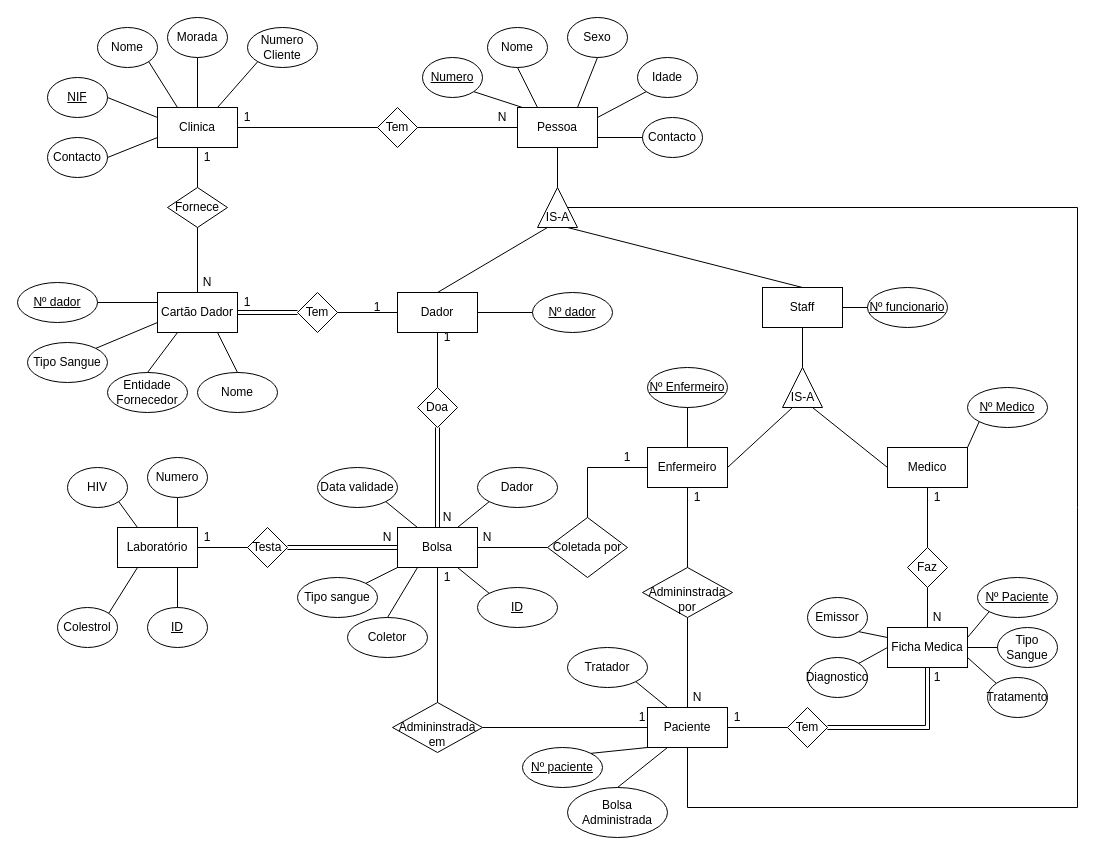
The draw.io diagram PROJ_BD_FINAL.drawio in luisbfsousa/SanguePlus, before the edit. Source tidied: cells renumbered, new cells numbered last; positions are measured from the earlier drawing's top-left corner, leaving out a move shared by most shapes. Both pictures are drawn from the tidied source at 100%, with x=0, y=0 at pixel (17, 17).
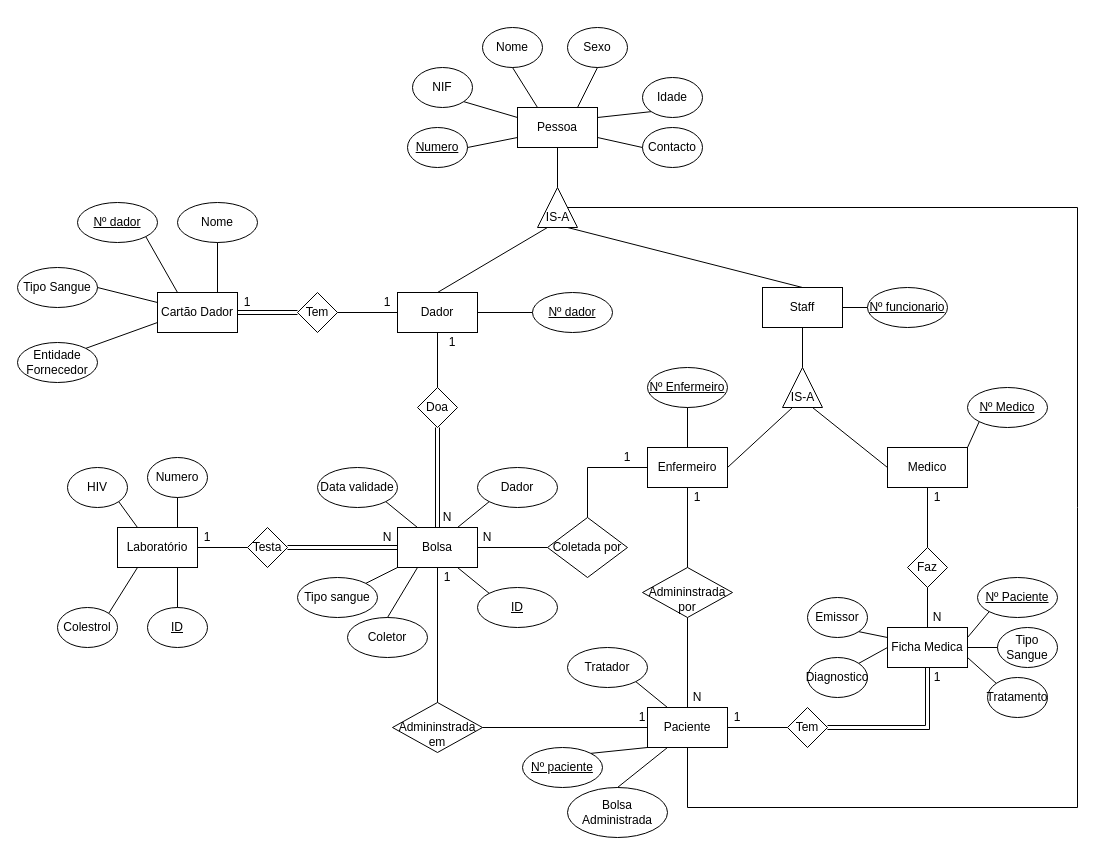
The same diagram, later.

Unchanged cells that the change refers to:
```xml
<mxCell id="2" value="Cartão Dador" style="rounded=0;whiteSpace=wrap;html=1;" parent="1" vertex="1">
  <mxGeometry x="140" y="275" width="80" height="40" as="geometry" />
</mxCell>
<mxCell id="4" value="Pessoa" style="rounded=0;whiteSpace=wrap;html=1;" parent="1" vertex="1">
  <mxGeometry x="500" y="90" width="80" height="40" as="geometry" />
</mxCell>
```

What changed in the source:
```diff
@@
-    <mxCell id="3" value="Clinica" style="rounded=0;whiteSpace=wrap;html=1;" parent="1" vertex="1">
-      <mxGeometry x="140" y="90" width="80" height="40" as="geometry" />
-    </mxCell>
@@
-    <mxCell id="13" value="Tem" style="rhombus;whiteSpace=wrap;html=1;" parent="1" vertex="1">
-      <mxGeometry x="360" y="90" width="40" height="40" as="geometry" />
-    </mxCell>
-    <mxCell id="14" value="Fornece" style="rhombus;whiteSpace=wrap;html=1;" parent="1" vertex="1">
-      <mxGeometry x="150" y="170" width="60" height="40" as="geometry" />
-    </mxCell>
@@
-    <mxCell id="26" style="edgeStyle=none;rounded=0;jettySize=auto;html=1;entryX=0.5;entryY=0;entryDx=0;entryDy=0;endArrow=none;endFill=0;exitX=0.5;exitY=1;exitDx=0;exitDy=0;" parent="1" edge="1" source="3" target="14">
-      <mxGeometry relative="1" as="geometry" />
-    </mxCell>
-    <mxCell id="27" style="edgeStyle=none;rounded=0;jettySize=auto;html=1;entryX=0.5;entryY=0;entryDx=0;entryDy=0;endArrow=none;endFill=0;exitX=0.5;exitY=1;exitDx=0;exitDy=0;" parent="1" edge="1" source="14" target="2">
-      <mxGeometry relative="1" as="geometry" />
-    </mxCell>
-    <mxCell id="28" style="edgeStyle=none;rounded=0;jettySize=auto;html=1;entryX=0;entryY=0.5;entryDx=0;entryDy=0;endArrow=none;endFill=0;exitX=1;exitY=0.5;exitDx=0;exitDy=0;" parent="1" edge="1" source="3" target="13">
-      <mxGeometry relative="1" as="geometry" />
-    </mxCell>
-    <mxCell id="29" style="edgeStyle=none;rounded=0;jettySize=auto;html=1;entryX=0;entryY=0.5;entryDx=0;entryDy=0;endArrow=none;endFill=0;exitX=1;exitY=0.5;exitDx=0;exitDy=0;" parent="1" edge="1" source="13" target="4">
-      <mxGeometry relative="1" as="geometry" />
-    </mxCell>
@@
-    <mxCell id="53" value="1" style="text;html=1;align=center;verticalAlign=middle;whiteSpace=wrap;rounded=0;" parent="1" vertex="1">
-      <mxGeometry x="210" y="90" width="40" height="20" as="geometry" />
-    </mxCell>
-    <mxCell id="54" value="N" style="text;html=1;align=center;verticalAlign=middle;whiteSpace=wrap;rounded=0;" parent="1" vertex="1">
-      <mxGeometry x="465" y="90" width="40" height="20" as="geometry" />
-    </mxCell>
-    <mxCell id="55" value="1" style="text;html=1;align=center;verticalAlign=middle;whiteSpace=wrap;rounded=0;" parent="1" vertex="1">
-      <mxGeometry x="170" y="130" width="40" height="20" as="geometry" />
-    </mxCell>
-    <mxCell id="56" value="N" style="text;html=1;align=center;verticalAlign=middle;whiteSpace=wrap;rounded=0;" parent="1" vertex="1">
-      <mxGeometry x="170" y="255" width="40" height="20" as="geometry" />
-    </mxCell>
@@
     <mxCell id="59" value="1" style="text;html=1;align=center;verticalAlign=middle;whiteSpace=wrap;rounded=0;" parent="1" vertex="1">
-      <mxGeometry x="340" y="280" width="40" height="20" as="geometry" />
+      <mxGeometry x="350" y="275" width="40" height="20" as="geometry" />
     </mxCell>
     <mxCell id="60" value="1" style="text;html=1;align=center;verticalAlign=middle;whiteSpace=wrap;rounded=0;" parent="1" vertex="1">
-      <mxGeometry x="410" y="310" width="40" height="20" as="geometry" />
+      <mxGeometry x="415" y="315" width="40" height="20" as="geometry" />
     </mxCell>
@@
     <mxCell id="73" value="Nome" style="ellipse;whiteSpace=wrap;html=1;" parent="1" vertex="1">
-      <mxGeometry x="470" y="10" width="60" height="40" as="geometry" />
+      <mxGeometry x="465" y="10" width="60" height="40" as="geometry" />
     </mxCell>
     <mxCell id="74" value="Sexo" style="ellipse;whiteSpace=wrap;html=1;" parent="1" vertex="1">
-      <mxGeometry x="550" width="60" height="40" as="geometry" />
+      <mxGeometry x="550" y="10" width="60" height="40" as="geometry" />
     </mxCell>
     <mxCell id="75" value="Idade" style="ellipse;whiteSpace=wrap;html=1;" parent="1" vertex="1">
-      <mxGeometry x="620" y="40" width="60" height="40" as="geometry" />
+      <mxGeometry x="625" y="60" width="60" height="40" as="geometry" />
     </mxCell>
     <mxCell id="76" value="Contacto" style="ellipse;whiteSpace=wrap;html=1;" parent="1" vertex="1">
-      <mxGeometry x="625" y="100" width="60" height="40" as="geometry" />
+      <mxGeometry x="625" y="110" width="60" height="40" as="geometry" />
     </mxCell>
-    <mxCell id="77" value="Morada" style="ellipse;whiteSpace=wrap;html=1;" parent="1" vertex="1">
-      <mxGeometry x="150" width="60" height="40" as="geometry" />
-    </mxCell>
-    <mxCell id="78" value="Nome" style="ellipse;whiteSpace=wrap;html=1;" parent="1" vertex="1">
-      <mxGeometry x="80" y="10" width="60" height="40" as="geometry" />
-    </mxCell>
-    <mxCell id="79" value="&lt;u&gt;NIF&lt;/u&gt;" style="ellipse;whiteSpace=wrap;html=1;" parent="1" vertex="1">
-      <mxGeometry x="30" y="60" width="60" height="40" as="geometry" />
-    </mxCell>
-    <mxCell id="80" value="Contacto" style="ellipse;whiteSpace=wrap;html=1;" parent="1" vertex="1">
-      <mxGeometry x="30" y="120" width="60" height="40" as="geometry" />
-    </mxCell>
@@
     <mxCell id="95" value="&lt;u&gt;Nº dador&lt;/u&gt;" style="ellipse;whiteSpace=wrap;html=1;" parent="1" vertex="1">
-      <mxGeometry y="265" width="80" height="40" as="geometry" />
+      <mxGeometry x="60" y="185" width="80" height="40" as="geometry" />
     </mxCell>
     <mxCell id="96" value="Tipo Sangue" style="ellipse;whiteSpace=wrap;html=1;" parent="1" vertex="1">
-      <mxGeometry x="10" y="325" width="80" height="40" as="geometry" />
+      <mxGeometry y="250" width="80" height="40" as="geometry" />
     </mxCell>
     <mxCell id="97" value="Entidade&lt;div&gt;Fornecedor&lt;/div&gt;" style="ellipse;whiteSpace=wrap;html=1;" parent="1" vertex="1">
-      <mxGeometry x="90" y="355" width="80" height="40" as="geometry" />
+      <mxGeometry y="325" width="80" height="40" as="geometry" />
     </mxCell>
     <mxCell id="98" value="Nome" style="ellipse;whiteSpace=wrap;html=1;" parent="1" vertex="1">
-      <mxGeometry x="180" y="355" width="80" height="40" as="geometry" />
+      <mxGeometry x="160" y="185" width="80" height="40" as="geometry" />
     </mxCell>
-    <mxCell id="99" style="edgeStyle=none;rounded=0;jettySize=auto;html=1;entryX=0;entryY=0.25;entryDx=0;entryDy=0;endArrow=none;endFill=0;exitX=1;exitY=0.5;exitDx=0;exitDy=0;" parent="1" edge="1" source="95" target="2">
+    <mxCell id="99" style="edgeStyle=none;rounded=0;jettySize=auto;html=1;entryX=0.25;entryY=0;entryDx=0;entryDy=0;endArrow=none;endFill=0;exitX=1;exitY=1;exitDx=0;exitDy=0;" parent="1" edge="1" source="95" target="2">
       <mxGeometry relative="1" as="geometry" />
     </mxCell>
-    <mxCell id="100" style="edgeStyle=none;rounded=0;jettySize=auto;html=1;entryX=0;entryY=0.75;entryDx=0;entryDy=0;endArrow=none;endFill=0;exitX=1;exitY=0;exitDx=0;exitDy=0;" parent="1" edge="1" source="96" target="2">
+    <mxCell id="100" style="edgeStyle=none;rounded=0;jettySize=auto;html=1;entryX=0;entryY=0.25;entryDx=0;entryDy=0;endArrow=none;endFill=0;exitX=1;exitY=0.5;exitDx=0;exitDy=0;" parent="1" edge="1" source="96" target="2">
       <mxGeometry relative="1" as="geometry" />
     </mxCell>
-    <mxCell id="101" style="edgeStyle=none;rounded=0;jettySize=auto;html=1;entryX=0.25;entryY=1;entryDx=0;entryDy=0;endArrow=none;endFill=0;exitX=0.5;exitY=0;exitDx=0;exitDy=0;" parent="1" edge="1" source="97" target="2">
+    <mxCell id="101" style="edgeStyle=none;rounded=0;jettySize=auto;html=1;entryX=0;entryY=0.75;entryDx=0;entryDy=0;endArrow=none;endFill=0;exitX=1;exitY=0;exitDx=0;exitDy=0;" parent="1" edge="1" source="97" target="2">
       <mxGeometry relative="1" as="geometry" />
     </mxCell>
-    <mxCell id="102" style="edgeStyle=none;rounded=0;jettySize=auto;html=1;entryX=0.75;entryY=1;entryDx=0;entryDy=0;endArrow=none;endFill=0;exitX=0.5;exitY=0;exitDx=0;exitDy=0;" parent="1" edge="1" source="98" target="2">
+    <mxCell id="102" style="edgeStyle=none;rounded=0;jettySize=auto;html=1;entryX=0.75;entryY=0;entryDx=0;entryDy=0;endArrow=none;endFill=0;exitX=0.5;exitY=1;exitDx=0;exitDy=0;" parent="1" edge="1" source="98" target="2">
       <mxGeometry relative="1" as="geometry" />
     </mxCell>
@@
-    <mxCell id="118" style="edgeStyle=none;rounded=0;jettySize=auto;html=1;endArrow=none;endFill=0;entryX=0.75;entryY=0;entryDx=0;entryDy=0;" parent="1" edge="1" target="4">
-      <mxGeometry relative="1" as="geometry">
-        <mxPoint x="580" y="40" as="sourcePoint" />
-      </mxGeometry>
+    <mxCell id="118" style="edgeStyle=none;rounded=0;jettySize=auto;html=1;endArrow=none;endFill=0;entryX=0.75;entryY=0;entryDx=0;entryDy=0;exitX=0.5;exitY=1;exitDx=0;exitDy=0;" parent="1" edge="1" source="74" target="4">
+      <mxGeometry relative="1" as="geometry" />
     </mxCell>
@@
-    <mxCell id="121" style="edgeStyle=none;rounded=0;jettySize=auto;html=1;entryX=0.5;entryY=0;entryDx=0;entryDy=0;endArrow=none;endFill=0;exitX=0.5;exitY=1;exitDx=0;exitDy=0;" parent="1" edge="1" source="77" target="3">
-      <mxGeometry relative="1" as="geometry" />
-    </mxCell>
-    <mxCell id="122" style="edgeStyle=none;rounded=0;jettySize=auto;html=1;entryX=0.25;entryY=0;entryDx=0;entryDy=0;endArrow=none;endFill=0;exitX=1;exitY=1;exitDx=0;exitDy=0;" parent="1" edge="1" source="78" target="3">
-      <mxGeometry relative="1" as="geometry" />
-    </mxCell>
-    <mxCell id="123" style="edgeStyle=none;rounded=0;jettySize=auto;html=1;entryX=0;entryY=0.25;entryDx=0;entryDy=0;endArrow=none;endFill=0;exitX=1;exitY=0.5;exitDx=0;exitDy=0;" parent="1" edge="1" source="79" target="3">
-      <mxGeometry relative="1" as="geometry" />
-    </mxCell>
-    <mxCell id="124" style="edgeStyle=none;rounded=0;jettySize=auto;html=1;entryX=0;entryY=0.75;entryDx=0;entryDy=0;endArrow=none;endFill=0;exitX=1;exitY=0.5;exitDx=0;exitDy=0;" parent="1" edge="1" source="80" target="3">
-      <mxGeometry relative="1" as="geometry" />
-    </mxCell>
@@
-    <mxCell id="131" value="Numero&lt;div&gt;Cliente&lt;/div&gt;" style="ellipse;whiteSpace=wrap;html=1;" parent="1" vertex="1">
-      <mxGeometry x="230" y="10" width="70" height="40" as="geometry" />
-    </mxCell>
-    <mxCell id="132" style="edgeStyle=none;rounded=0;jettySize=auto;html=1;entryX=0.75;entryY=0;entryDx=0;entryDy=0;endArrow=none;endFill=0;exitX=0;exitY=1;exitDx=0;exitDy=0;" parent="1" edge="1" source="131" target="3">
-      <mxGeometry relative="1" as="geometry" />
-    </mxCell>
@@
     <mxCell id="139" value="&lt;u&gt;Numero&lt;/u&gt;" style="ellipse;whiteSpace=wrap;html=1;" parent="1" vertex="1">
-      <mxGeometry x="405" y="40" width="60" height="40" as="geometry" />
+      <mxGeometry x="390" y="110" width="60" height="40" as="geometry" />
     </mxCell>
-    <mxCell id="140" style="edgeStyle=none;rounded=0;jettySize=auto;html=1;endArrow=none;endFill=0;exitX=1;exitY=1;exitDx=0;exitDy=0;entryX=1;entryY=0;entryDx=0;entryDy=0;" parent="1" edge="1" source="139" target="54">
+    <mxCell id="140" style="edgeStyle=none;rounded=0;jettySize=auto;html=1;endArrow=none;endFill=0;exitX=1;exitY=0.5;exitDx=0;exitDy=0;entryX=0;entryY=0.75;entryDx=0;entryDy=0;" parent="1" edge="1" source="139" target="4">
       <mxGeometry relative="1" as="geometry" />
     </mxCell>
@@
+    <mxCell id="79" value="NIF" style="ellipse;whiteSpace=wrap;html=1;" parent="1" vertex="1">
+      <mxGeometry x="395" y="50" width="60" height="40" as="geometry" />
+    </mxCell>
+    <mxCell id="144" style="edgeStyle=none;rounded=0;jettySize=auto;html=1;endArrow=none;endFill=0;exitX=1;exitY=1;exitDx=0;exitDy=0;entryX=0;entryY=0.25;entryDx=0;entryDy=0;" parent="1" edge="1" source="79" target="4">
+      <mxGeometry relative="1" as="geometry" />
+    </mxCell>
```
